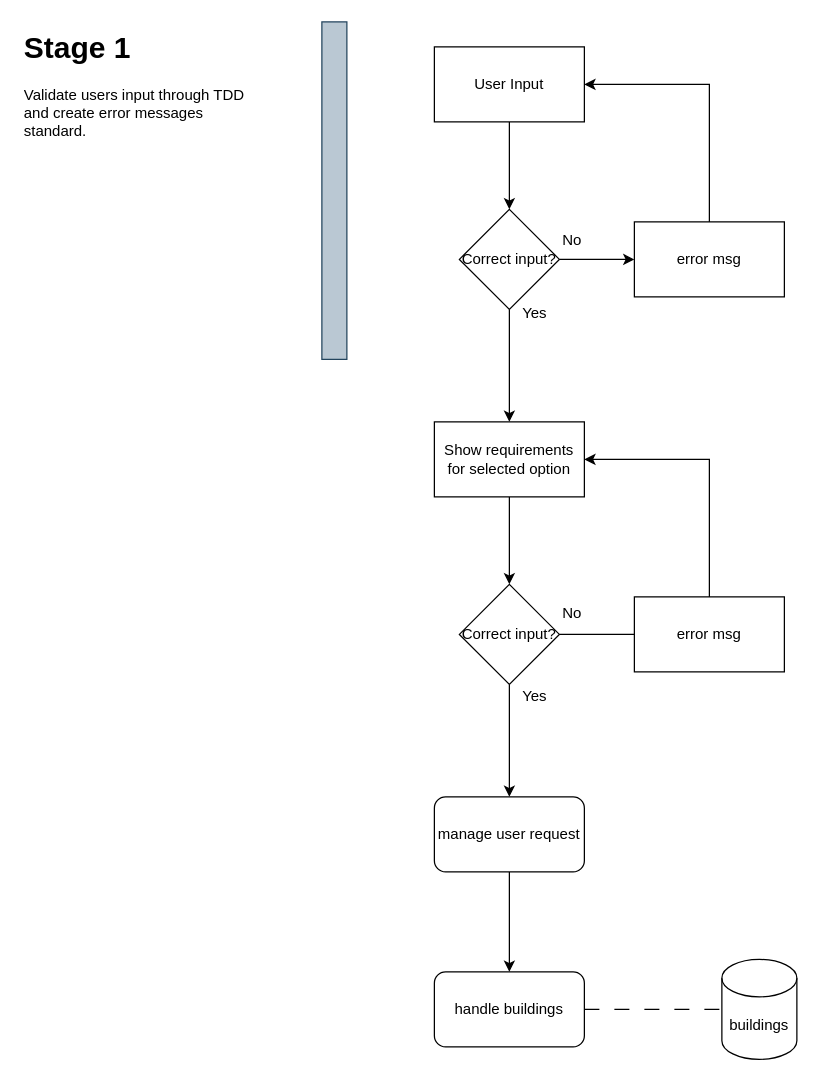
The draw.io diagram page "Página-2" (2 of 3) of assets/draws/program.drawio in lugonzalg/GesRAE, before the edit. Source tidied: cells renumbered, new cells numbered last; positions are measured from the earlier drawing's top-left corner, leaving out a move shared by most shapes. Both pictures are drawn from the tidied source at 125%, with x=0, y=0 at pixel (21, 21).
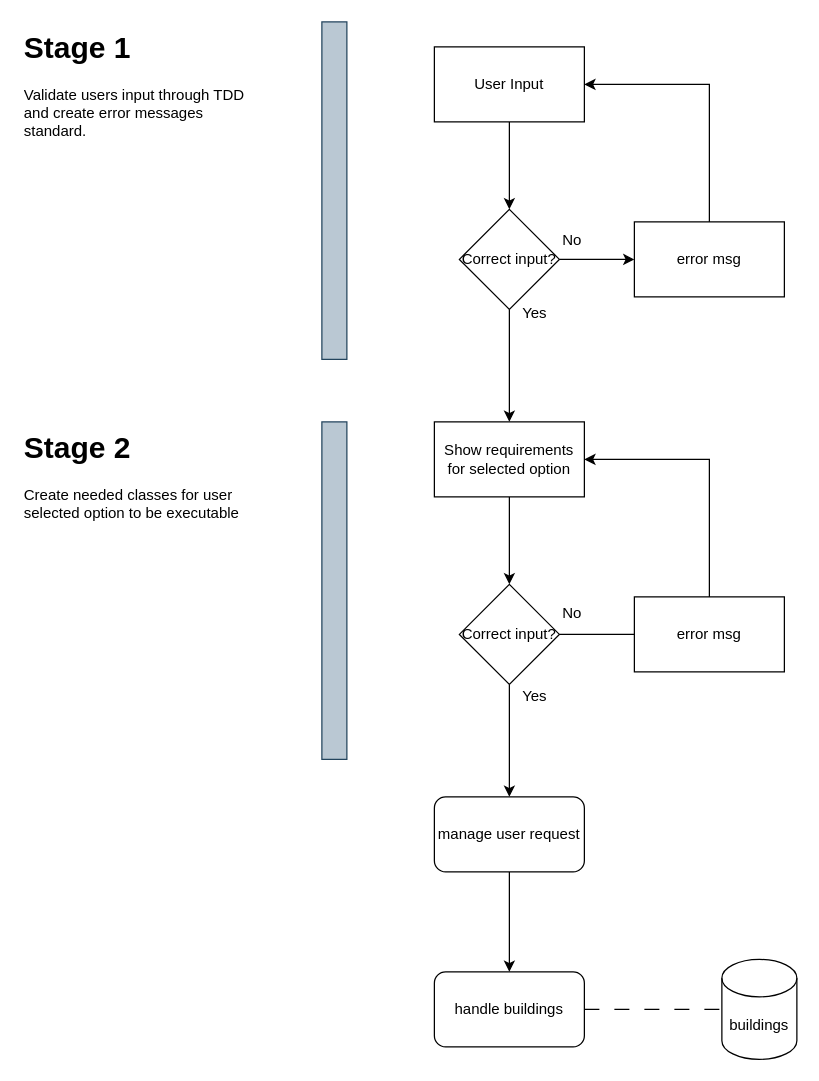
Above is the later version.

Commit message:
change: implement TADEdificios draw

The edit, as a diff of the source:
```diff
@@
+    <mxCell id="27" style="rounded=0;whiteSpace=wrap;html=1;fillColor=#bac8d3;strokeColor=#23445d;" parent="1" vertex="1">
+      <mxGeometry x="240" y="320" width="20" height="270" as="geometry" />
+    </mxCell>
+    <mxCell id="28" value="&lt;h1 style=&quot;margin-top: 0px;&quot;&gt;Stage 2&lt;/h1&gt;&lt;p&gt;Create needed classes for user selected option to be executable&amp;nbsp;&lt;/p&gt;" style="text;html=1;whiteSpace=wrap;overflow=hidden;rounded=0;" parent="1" vertex="1">
+      <mxGeometry y="320" width="180" height="120" as="geometry" />
+    </mxCell>
```
